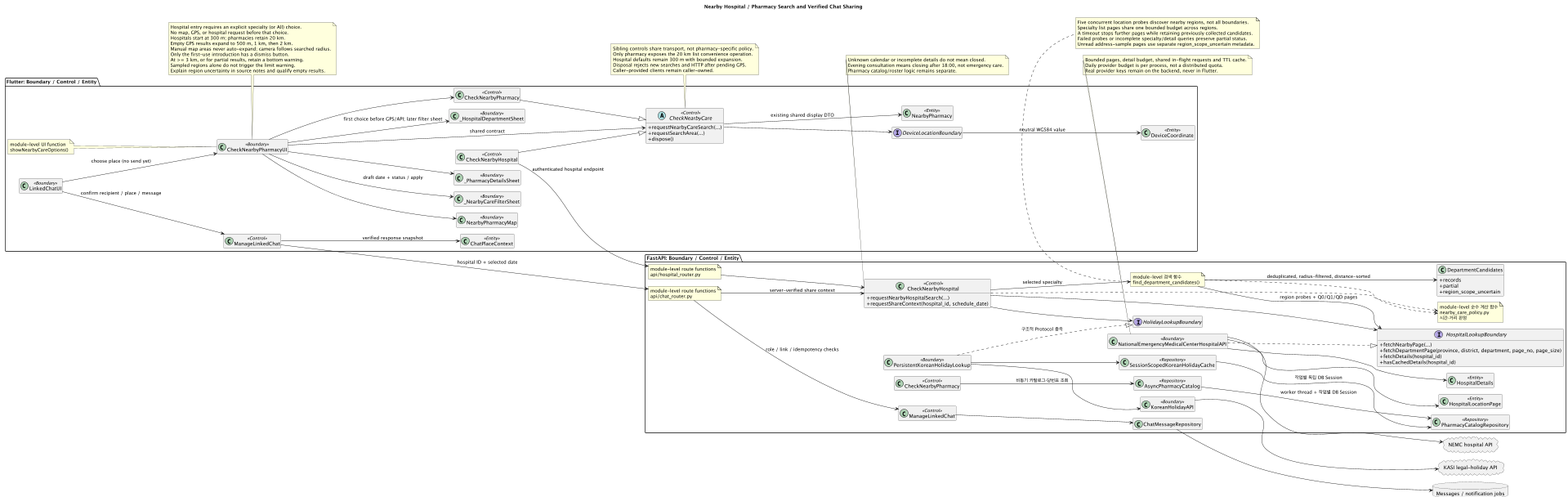
Before: docs/UML/class/07_NearbyCare.png, a diagram exported from PlantUML (1window2/MedBuddy).
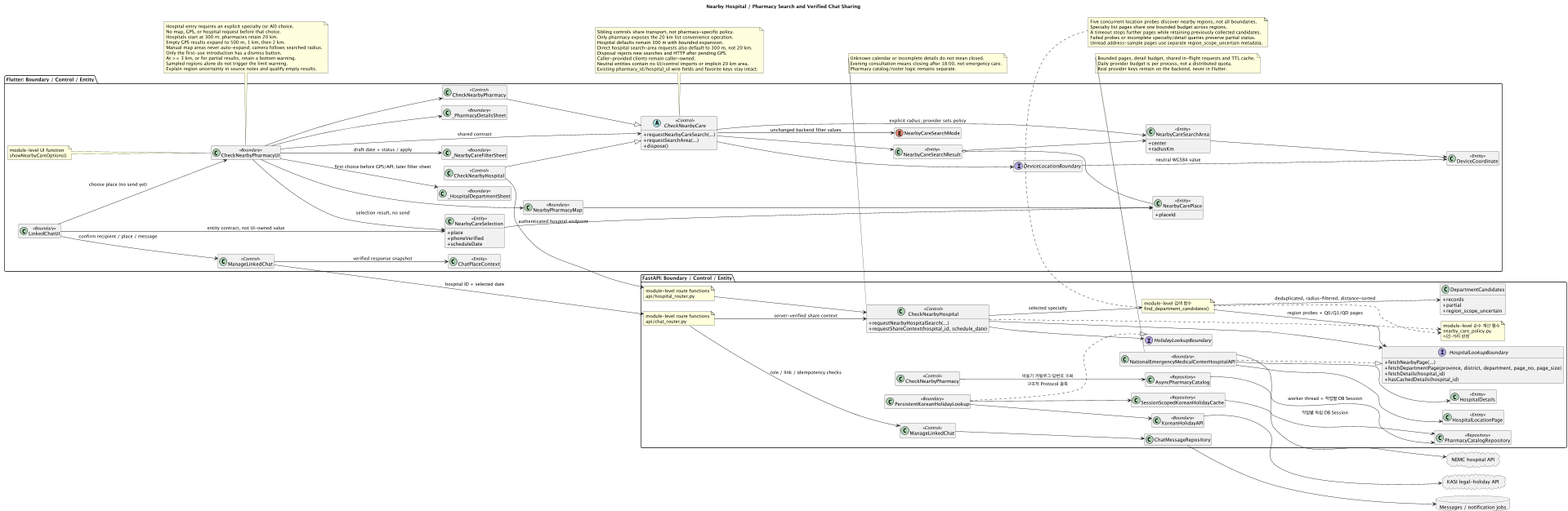
After the change.

Change to the diagram source:
```diff
@@ -25,7 +25,20 @@
   class "CheckNearbyHospital" as FHospital <<Control>>
   class DeviceCoordinate <<Entity>>
   interface DeviceLocationBoundary
-  class NearbyPharmacy <<Entity>>
+  class NearbyCarePlace <<Entity>> {
+    + placeId
+  }
+  class NearbyCareSearchArea <<Entity>> {
+    + center
+    + radiusKm
+  }
+  enum NearbyCareSearchMode
+  class NearbyCareSearchResult <<Entity>>
+  class NearbyCareSelection <<Entity>> {
+    + place
+    + phoneVerified
+    + scheduleDate
+  }
   class LinkedChatUI <<Boundary>>
   class "ManageLinkedChat" as FChat <<Control>>
   class ChatPlaceContext <<Entity>>
@@ -79,7 +92,15 @@
 FCare --> DeviceLocationBoundary
 DeviceLocationBoundary --> DeviceCoordinate : neutral WGS84 value
 FHospital --> HospitalRouter : authenticated hospital endpoint
-FCare --> NearbyPharmacy : existing shared display DTO
+FCare --> NearbyCareSearchArea : explicit radius; provider sets policy
+FCare --> NearbyCareSearchMode : unchanged backend filter values
+FCare --> NearbyCareSearchResult
+NearbyCareSearchResult o-- NearbyCarePlace
+NearbyCareSearchResult --> NearbyCareSearchArea
+NearbyCareSelection --> NearbyCarePlace
+NearbyCareSearchArea --> DeviceCoordinate
+CheckNearbyPharmacyUI --> NearbyCareSelection : selection result, no send
+NearbyPharmacyMapWidget --> NearbyCarePlace
 HospitalRouter --> BHospital
 BHospital --> HospitalLookupBoundary
 BHospital --> DepartmentSearch : selected specialty
@@ -100,6 +121,7 @@
 PersistentKoreanHolidayLookup --> KoreanHolidayAPI
 KoreanHolidayAPI --> KASI
 LinkedChatUI --> CheckNearbyPharmacyUI : choose place (no send yet)
+LinkedChatUI --> NearbyCareSelection : entity contract, not UI-owned value
 LinkedChatUI --> FChat : confirm recipient / place / message
 FChat --> ChatRouter : hospital ID + selected date
 ChatRouter --> BHospital : server-verified share context
@@ -140,7 +162,10 @@
   Sibling controls share transport, not pharmacy-specific policy.
   Only pharmacy exposes the 20 km list convenience operation.
   Hospital defaults remain 300 m with bounded expansion.
+  Direct hospital search-area requests also default to 300 m, not 20 km.
   Disposal rejects new searches and HTTP after pending GPS.
   Caller-provided clients remain caller-owned.
+  Neutral entities contain no UI/control imports or implicit 20 km area.
+  Existing pharmacy_id/hospital_id wire fields and favorite keys stay intact.
 end note
 @enduml
```
